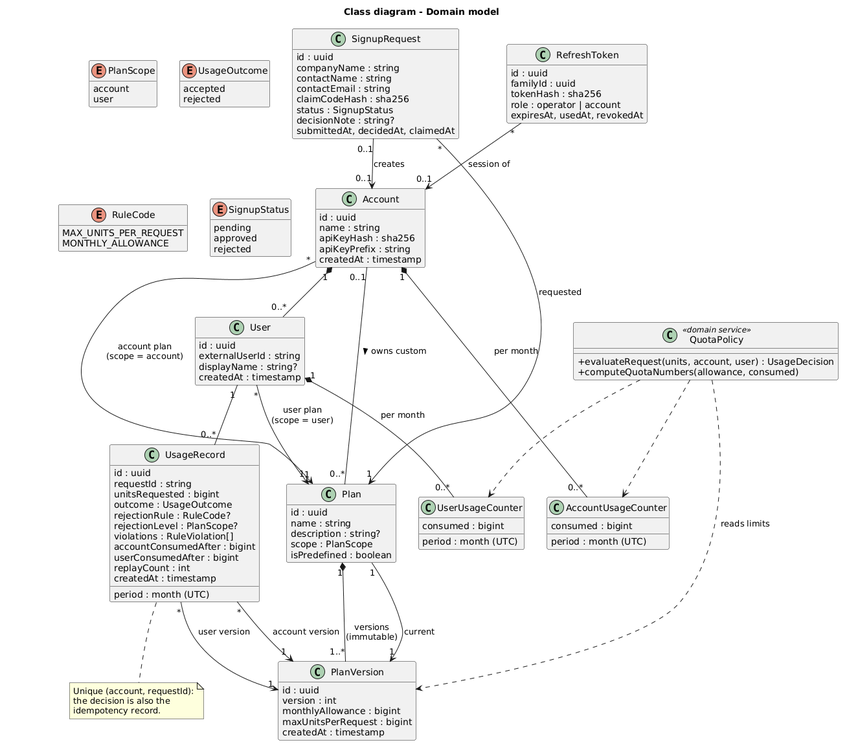
QaisRjoob/usage-metering-service keeps this PlantUML diagram as docs/uml/png/06-class-domain.png. Above is the earlier version. Source of this version:
```plantuml
@startuml
title Class diagram - Domain model
skinparam shadowing false
skinparam classAttributeIconSize 0
hide empty methods

enum PlanScope {
  account
  user
}
enum UsageOutcome {
  accepted
  rejected
}
enum RuleCode {
  MAX_UNITS_PER_REQUEST
  MONTHLY_ALLOWANCE
}
enum SignupStatus {
  pending
  approved
  rejected
}

class Account {
  id : uuid
  name : string
  apiKeyHash : sha256
  apiKeyPrefix : string
  createdAt : timestamp
}
class User {
  id : uuid
  externalUserId : string
  displayName : string?
  createdAt : timestamp
}
class Plan {
  id : uuid
  name : string
  description : string?
  scope : PlanScope
  isPredefined : boolean
}
class PlanVersion {
  id : uuid
  version : int
  monthlyAllowance : bigint
  maxUnitsPerRequest : bigint
  createdAt : timestamp
}
class AccountUsageCounter {
  period : month (UTC)
  consumed : bigint
}
class UserUsageCounter {
  period : month (UTC)
  consumed : bigint
}
class UsageRecord {
  id : uuid
  requestId : string
  unitsRequested : bigint
  outcome : UsageOutcome
  rejectionRule : RuleCode?
  rejectionLevel : PlanScope?
  violations : RuleViolation[]
  accountConsumedAfter : bigint
  userConsumedAfter : bigint
  period : month (UTC)
  replayCount : int
  createdAt : timestamp
}
class SignupRequest {
  id : uuid
  companyName : string
  contactName : string
  contactEmail : string
  claimCodeHash : sha256
  status : SignupStatus
  decisionNote : string?
  submittedAt, decidedAt, claimedAt
}
class RefreshToken {
  id : uuid
  familyId : uuid
  tokenHash : sha256
  role : operator | account
  expiresAt, usedAt, revokedAt
}

class QuotaPolicy <<domain service>> {
  + evaluateRequest(units, account, user) : UsageDecision
  + computeQuotaNumbers(allowance, consumed)
}

Plan "1" *-- "1..*" PlanVersion : versions\n(immutable)
Plan "1" --> "1" PlanVersion : current
Account "0..1" -- "0..*" Plan : owns custom >
Account "*" --> "1" Plan : account plan\n(scope = account)
User "*" --> "1" Plan : user plan\n(scope = user)
Account "1" *-- "0..*" User
Account "1" *-- "0..*" AccountUsageCounter : per month
User "1" *-- "0..*" UserUsageCounter : per month
User "1" -- "0..*" UsageRecord
UsageRecord "*" --> "1" PlanVersion : account version
UsageRecord "*" --> "1" PlanVersion : user version
SignupRequest "*" --> "1" Plan : requested
SignupRequest "0..1" --> "0..1" Account : creates
RefreshToken "*" --> "0..1" Account : session of

QuotaPolicy ..> PlanVersion : reads limits
QuotaPolicy ..> AccountUsageCounter
QuotaPolicy ..> UserUsageCounter

note bottom of UsageRecord
  Unique (account, requestId):
  the decision is also the
  idempotency record.
end note
@enduml
```
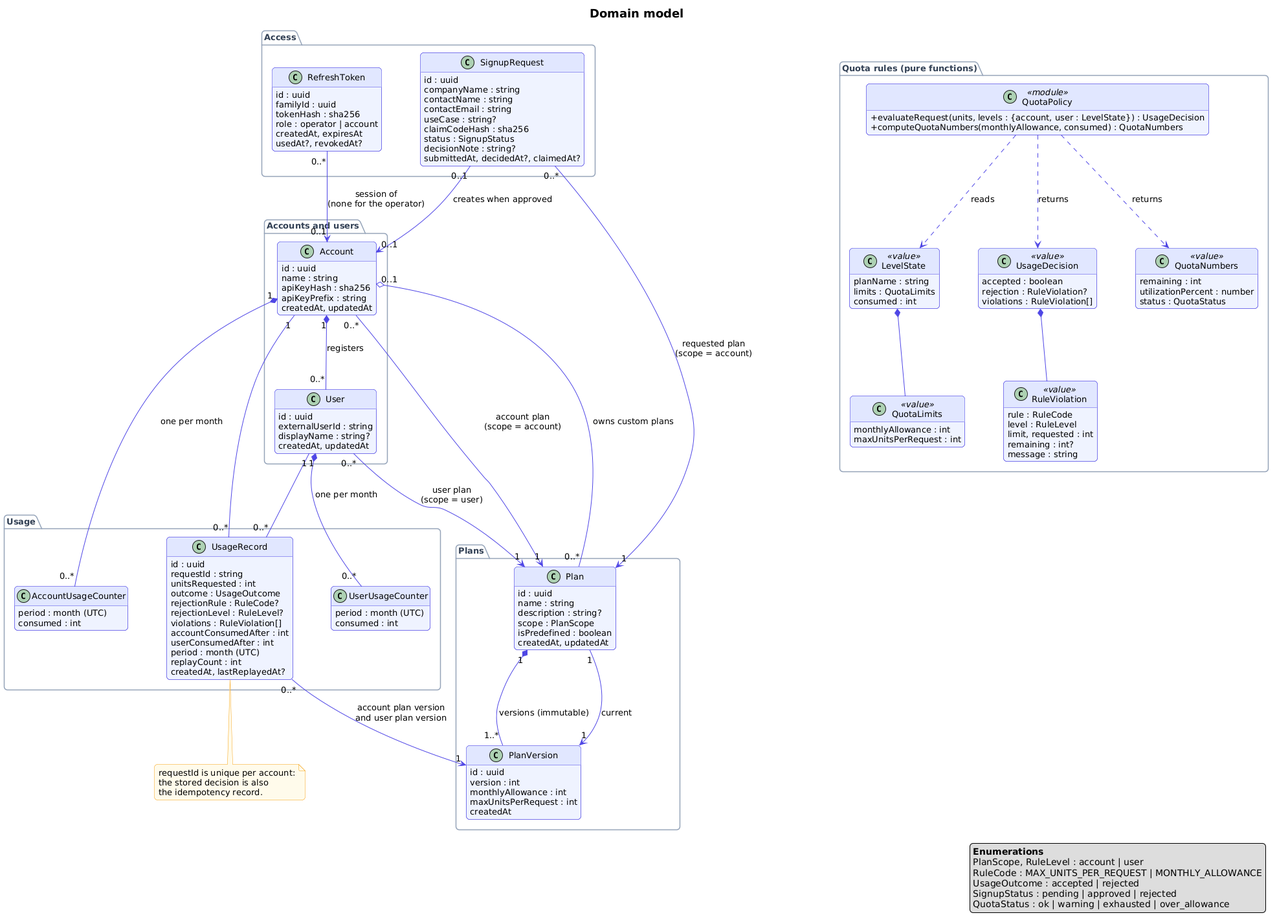
After the commit.

Commit message:
UML: domain model matches the code and schema

Diff of the diagram source:
```diff
@@ -1,121 +1,181 @@
 @startuml
-title Class diagram - Domain model
+title Domain model
+hide empty methods
+hide empty members
 skinparam shadowing false
+skinparam defaultFontName Arial
+skinparam defaultFontSize 13
 skinparam classAttributeIconSize 0
-hide empty methods
+skinparam roundCorner 10
+skinparam nodesep 60
+skinparam ranksep 70
+skinparam ArrowColor #4F46E5
+skinparam TitleFontSize 18
+skinparam class {
+  BackgroundColor #EEF2FF
+  BorderColor #4F46E5
+  HeaderBackgroundColor #E0E7FF
+}
+skinparam package {
+  BorderColor #94A3B8
+  FontColor #334155
+}
+skinparam NoteBackgroundColor #FFFBEB
+skinparam NoteBorderColor #F59E0B
 
-enum PlanScope {
-  account
-  user
-}
-enum UsageOutcome {
-  accepted
-  rejected
-}
-enum RuleCode {
-  MAX_UNITS_PER_REQUEST
-  MONTHLY_ALLOWANCE
-}
-enum SignupStatus {
-  pending
-  approved
-  rejected
+package "Plans" {
+  class Plan {
+    id : uuid
+    name : string
+    description : string?
+    scope : PlanScope
+    isPredefined : boolean
+    createdAt, updatedAt
+  }
+  class PlanVersion {
+    id : uuid
+    version : int
+    monthlyAllowance : int
+    maxUnitsPerRequest : int
+    createdAt
+  }
 }
 
-class Account {
-  id : uuid
-  name : string
-  apiKeyHash : sha256
-  apiKeyPrefix : string
-  createdAt : timestamp
-}
-class User {
-  id : uuid
-  externalUserId : string
-  displayName : string?
-  createdAt : timestamp
-}
-class Plan {
-  id : uuid
-  name : string
-  description : string?
-  scope : PlanScope
-  isPredefined : boolean
-}
-class PlanVersion {
-  id : uuid
-  version : int
-  monthlyAllowance : bigint
-  maxUnitsPerRequest : bigint
-  createdAt : timestamp
-}
-class AccountUsageCounter {
-  period : month (UTC)
-  consumed : bigint
-}
-class UserUsageCounter {
-  period : month (UTC)
-  consumed : bigint
-}
-class UsageRecord {
-  id : uuid
-  requestId : string
-  unitsRequested : bigint
-  outcome : UsageOutcome
-  rejectionRule : RuleCode?
-  rejectionLevel : PlanScope?
-  violations : RuleViolation[]
-  accountConsumedAfter : bigint
-  userConsumedAfter : bigint
-  period : month (UTC)
-  replayCount : int
-  createdAt : timestamp
-}
-class SignupRequest {
-  id : uuid
-  companyName : string
-  contactName : string
-  contactEmail : string
-  claimCodeHash : sha256
-  status : SignupStatus
-  decisionNote : string?
-  submittedAt, decidedAt, claimedAt
-}
-class RefreshToken {
-  id : uuid
-  familyId : uuid
-  tokenHash : sha256
-  role : operator | account
-  expiresAt, usedAt, revokedAt
+package "Accounts and users" {
+  class Account {
+    id : uuid
+    name : string
+    apiKeyHash : sha256
+    apiKeyPrefix : string
+    createdAt, updatedAt
+  }
+  class User {
+    id : uuid
+    externalUserId : string
+    displayName : string?
+    createdAt, updatedAt
+  }
 }
 
-class QuotaPolicy <<domain service>> {
-  + evaluateRequest(units, account, user) : UsageDecision
-  + computeQuotaNumbers(allowance, consumed)
+package "Usage" {
+  class AccountUsageCounter {
+    {field} period : month (UTC)
+    consumed : int
+  }
+  class UserUsageCounter {
+    {field} period : month (UTC)
+    consumed : int
+  }
+  class UsageRecord {
+    id : uuid
+    requestId : string
+    unitsRequested : int
+    outcome : UsageOutcome
+    rejectionRule : RuleCode?
+    rejectionLevel : RuleLevel?
+    violations : RuleViolation[]
+    accountConsumedAfter : int
+    userConsumedAfter : int
+    {field} period : month (UTC)
+    replayCount : int
+    createdAt, lastReplayedAt?
+  }
 }
 
-Plan "1" *-- "1..*" PlanVersion : versions\n(immutable)
+package "Access" {
+  class SignupRequest {
+    id : uuid
+    companyName : string
+    contactName : string
+    contactEmail : string
+    useCase : string?
+    claimCodeHash : sha256
+    status : SignupStatus
+    decisionNote : string?
+    submittedAt, decidedAt?, claimedAt?
+  }
+  class RefreshToken {
+    id : uuid
+    familyId : uuid
+    tokenHash : sha256
+    role : operator | account
+    createdAt, expiresAt
+    usedAt?, revokedAt?
+  }
+}
+
+package "Quota rules (pure functions)" {
+  class QuotaPolicy <<module>> {
+    + evaluateRequest(units, levels : {account, user : LevelState}) : UsageDecision
+    + computeQuotaNumbers(monthlyAllowance, consumed) : QuotaNumbers
+  }
+  class LevelState <<value>> {
+    planName : string
+    limits : QuotaLimits
+    consumed : int
+  }
+  class QuotaLimits <<value>> {
+    monthlyAllowance : int
+    maxUnitsPerRequest : int
+  }
+  class UsageDecision <<value>> {
+    accepted : boolean
+    rejection : RuleViolation?
+    violations : RuleViolation[]
+  }
+  class RuleViolation <<value>> {
+    rule : RuleCode
+    level : RuleLevel
+    limit, requested : int
+    remaining : int?
+    message : string
+  }
+  class QuotaNumbers <<value>> {
+    remaining : int
+    utilizationPercent : number
+    status : QuotaStatus
+  }
+}
+
+SignupRequest -[hidden]right- RefreshToken
+AccountUsageCounter -[hidden]right- UserUsageCounter
+
+Plan "1" *-down- "1..*" PlanVersion : versions (immutable)
 Plan "1" --> "1" PlanVersion : current
-Account "0..1" -- "0..*" Plan : owns custom >
-Account "*" --> "1" Plan : account plan\n(scope = account)
-User "*" --> "1" Plan : user plan\n(scope = user)
-Account "1" *-- "0..*" User
-Account "1" *-- "0..*" AccountUsageCounter : per month
-User "1" *-- "0..*" UserUsageCounter : per month
+
+Account "1" *-down- "0..*" User : registers
+Account "0..*" -left-> "1" Plan : account plan\n(scope = account)
+User "0..*" --> "1" Plan : user plan\n(scope = user)
+Account "0..1" o-- "0..*" Plan : owns custom plans
+
+Account "1" *-- "0..*" AccountUsageCounter : one per month
+User "1" *-- "0..*" UserUsageCounter : one per month
+Account "1" -- "0..*" UsageRecord
 User "1" -- "0..*" UsageRecord
-UsageRecord "*" --> "1" PlanVersion : account version
-UsageRecord "*" --> "1" PlanVersion : user version
-SignupRequest "*" --> "1" Plan : requested
-SignupRequest "0..1" --> "0..1" Account : creates
-RefreshToken "*" --> "0..1" Account : session of
+UsageRecord "0..*" --> "1" PlanVersion : account plan version\nand user plan version
 
-QuotaPolicy ..> PlanVersion : reads limits
-QuotaPolicy ..> AccountUsageCounter
-QuotaPolicy ..> UserUsageCounter
+SignupRequest "0..*" --> "1" Plan : requested plan\n(scope = account)
+SignupRequest "0..1" -down-> "0..1" Account : creates when approved
+RefreshToken "0..*" -down-> "0..1" Account : session of\n(none for the operator)
+
+QuotaPolicy ..> LevelState : reads
+QuotaPolicy ..> UsageDecision : returns
+QuotaPolicy ..> QuotaNumbers : returns
+LevelState *-- QuotaLimits
+UsageDecision *-- RuleViolation
 
 note bottom of UsageRecord
-  Unique (account, requestId):
-  the decision is also the
-  idempotency record.
+  requestId is unique per account:
+  the stored decision is also
+  the idempotency record.
 end note
+
+legend right
+  <b>Enumerations</b>
+  PlanScope, RuleLevel : account | user
+  RuleCode : MAX_UNITS_PER_REQUEST | MONTHLY_ALLOWANCE
+  UsageOutcome : accepted | rejected
+  SignupStatus : pending | approved | rejected
+  QuotaStatus : ok | warning | exhausted | over_allowance
+endlegend
 @enduml
```
